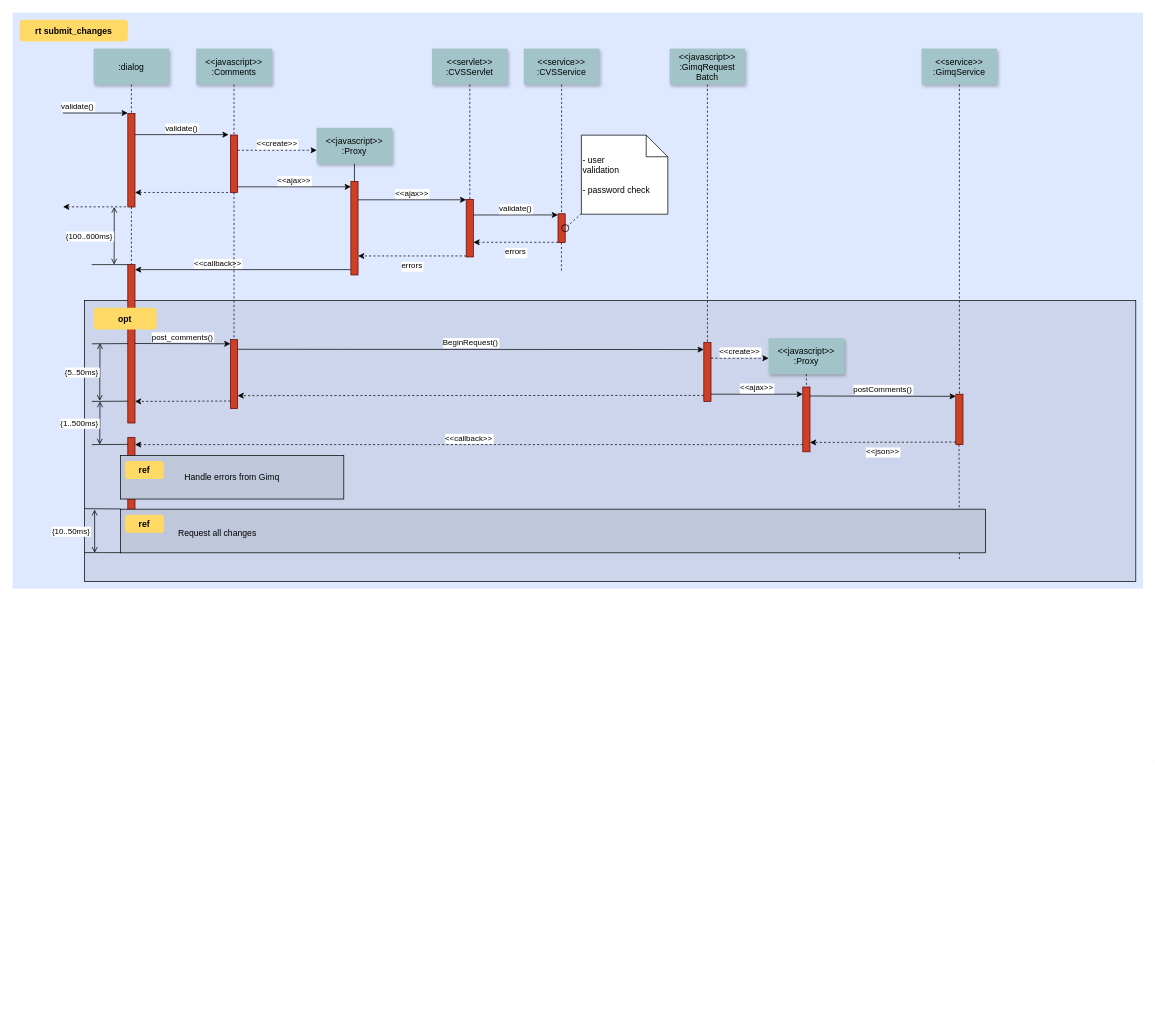
MinElmir/MVP keeps this draw.io diagram as Диаграмма без названия.drawio. Above is the earlier version. Source tidied: cells renumbered, new cells numbered last; positions are measured from the earlier drawing's top-left corner, leaving out a move shared by most shapes. Both pictures are drawn from the tidied source at 72%, with x=0, y=0 at pixel (12, 12).
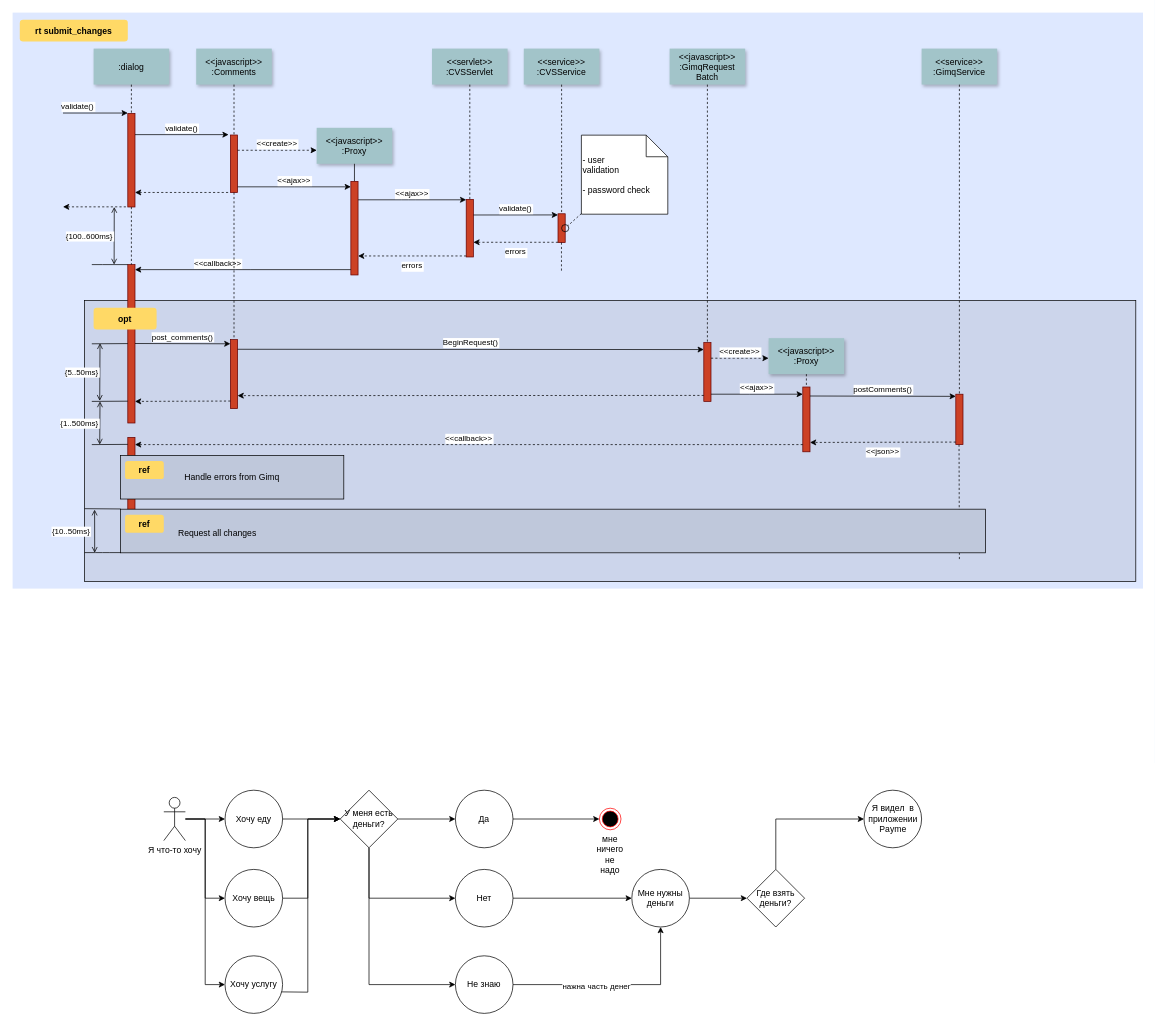
Above is the later version.

What changed in the source:
```diff
@@
+    <mxCell id="75" style="edgeStyle=orthogonalEdgeStyle;rounded=0;jettySize=auto;html=1;" parent="1" edge="1" source="78" target="80">
+      <mxGeometry relative="1" as="geometry" />
+    </mxCell>
+    <mxCell id="76" style="edgeStyle=orthogonalEdgeStyle;rounded=0;jettySize=auto;html=1;entryX=0;entryY=0.5;entryDx=0;entryDy=0;" parent="1" edge="1" source="78" target="82">
+      <mxGeometry relative="1" as="geometry" />
+    </mxCell>
+    <mxCell id="77" style="edgeStyle=orthogonalEdgeStyle;rounded=0;jettySize=auto;html=1;entryX=0;entryY=0.5;entryDx=0;entryDy=0;" parent="1" edge="1" source="78" target="84">
+      <mxGeometry relative="1" as="geometry" />
+    </mxCell>
+    <mxCell id="78" value="Я что-то хочу" style="shape=umlActor;verticalLabelPosition=bottom;verticalAlign=top;html=1;" parent="1" vertex="1">
+      <mxGeometry x="210" y="1090" width="30" height="60" as="geometry" />
+    </mxCell>
+    <mxCell id="79" style="edgeStyle=orthogonalEdgeStyle;rounded=0;jettySize=auto;html=1;" parent="1" edge="1" source="80" target="88">
+      <mxGeometry relative="1" as="geometry" />
+    </mxCell>
+    <mxCell id="80" value="Хочу еду" style="ellipse;whiteSpace=wrap;html=1;verticalAlign=middle;" parent="1" vertex="1">
+      <mxGeometry x="295" y="1080" width="80" height="80" as="geometry" />
+    </mxCell>
+    <mxCell id="81" style="edgeStyle=orthogonalEdgeStyle;rounded=0;jettySize=auto;html=1;entryX=0;entryY=0.5;entryDx=0;entryDy=0;" parent="1" edge="1" source="82" target="88">
+      <mxGeometry relative="1" as="geometry">
+        <Array as="points">
+          <mxPoint x="410" y="1230" />
+          <mxPoint x="410" y="1120" />
+        </Array>
+      </mxGeometry>
+    </mxCell>
+    <mxCell id="82" value="Хочу вещь" style="ellipse;whiteSpace=wrap;html=1;verticalAlign=middle;" parent="1" vertex="1">
+      <mxGeometry x="295" y="1190" width="80" height="80" as="geometry" />
+    </mxCell>
+    <mxCell id="83" style="edgeStyle=orthogonalEdgeStyle;rounded=0;jettySize=auto;html=1;entryX=0;entryY=0.5;entryDx=0;entryDy=0;" parent="1" edge="1" target="88">
+      <mxGeometry relative="1" as="geometry">
+        <mxPoint x="364" y="1360" as="sourcePoint" />
+      </mxGeometry>
+    </mxCell>
+    <mxCell id="84" value="Хочу услугу" style="ellipse;whiteSpace=wrap;html=1;verticalAlign=middle;" parent="1" vertex="1">
+      <mxGeometry x="295" y="1310" width="80" height="80" as="geometry" />
+    </mxCell>
+    <mxCell id="85" style="edgeStyle=orthogonalEdgeStyle;rounded=0;jettySize=auto;html=1;" parent="1" edge="1" source="88" target="90">
+      <mxGeometry relative="1" as="geometry" />
+    </mxCell>
+    <mxCell id="86" style="edgeStyle=orthogonalEdgeStyle;rounded=0;jettySize=auto;html=1;entryX=0;entryY=0.5;entryDx=0;entryDy=0;" parent="1" edge="1" source="88" target="92">
+      <mxGeometry relative="1" as="geometry">
+        <Array as="points">
+          <mxPoint x="495" y="1230" />
+        </Array>
+      </mxGeometry>
+    </mxCell>
+    <mxCell id="87" style="edgeStyle=orthogonalEdgeStyle;rounded=0;jettySize=auto;html=1;" parent="1" edge="1" source="88" target="95">
+      <mxGeometry relative="1" as="geometry">
+        <Array as="points">
+          <mxPoint x="495" y="1350" />
+        </Array>
+      </mxGeometry>
+    </mxCell>
+    <mxCell id="88" value="У меня есть деньги?" style="rhombus;whiteSpace=wrap;html=1;verticalAlign=middle;" parent="1" vertex="1">
+      <mxGeometry x="455" y="1080" width="80" height="80" as="geometry" />
+    </mxCell>
+    <mxCell id="89" style="edgeStyle=orthogonalEdgeStyle;rounded=0;jettySize=auto;html=1;" parent="1" edge="1" source="90" target="96">
+      <mxGeometry relative="1" as="geometry" />
+    </mxCell>
+    <mxCell id="90" value="Да" style="ellipse;whiteSpace=wrap;html=1;verticalAlign=middle;" parent="1" vertex="1">
+      <mxGeometry x="615" y="1080" width="80" height="80" as="geometry" />
+    </mxCell>
+    <mxCell id="91" style="edgeStyle=orthogonalEdgeStyle;rounded=0;jettySize=auto;html=1;" parent="1" edge="1" source="92" target="98">
+      <mxGeometry relative="1" as="geometry" />
+    </mxCell>
+    <mxCell id="92" value="Нет" style="ellipse;whiteSpace=wrap;html=1;verticalAlign=middle;" parent="1" vertex="1">
+      <mxGeometry x="615" y="1190" width="80" height="80" as="geometry" />
+    </mxCell>
+    <mxCell id="93" style="edgeStyle=orthogonalEdgeStyle;rounded=0;jettySize=auto;html=1;" parent="1" edge="1" source="95" target="98">
+      <mxGeometry relative="1" as="geometry" />
+    </mxCell>
+    <mxCell id="94" value="нажна часть денег" style="edgeLabel;html=1;align=center;verticalAlign=middle;" parent="93" vertex="1">
+      <mxGeometry x="-0.19" y="-1" relative="1" as="geometry" />
+    </mxCell>
+    <mxCell id="95" value="Не знаю" style="ellipse;whiteSpace=wrap;html=1;verticalAlign=middle;" parent="1" vertex="1">
+      <mxGeometry x="615" y="1310" width="80" height="80" as="geometry" />
+    </mxCell>
+    <mxCell id="96" value="мне ничего не надо" style="ellipse;html=1;shape=endState;fillColor=#000000;strokeColor=#ff0000;noLabel=0;direction=east;portConstraintRotation=0;comic=0;whiteSpace=wrap;labelPosition=center;verticalLabelPosition=bottom;align=center;verticalAlign=top;" parent="1" vertex="1">
+      <mxGeometry x="815" y="1105" width="30" height="30" as="geometry" />
+    </mxCell>
+    <mxCell id="97" style="edgeStyle=orthogonalEdgeStyle;rounded=0;jettySize=auto;html=1;" parent="1" edge="1" source="98" target="100">
+      <mxGeometry relative="1" as="geometry" />
+    </mxCell>
+    <mxCell id="98" value="Мне нужны деньги" style="ellipse;whiteSpace=wrap;html=1;verticalAlign=middle;" parent="1" vertex="1">
+      <mxGeometry x="860" y="1190" width="80" height="80" as="geometry" />
+    </mxCell>
+    <mxCell id="99" style="edgeStyle=orthogonalEdgeStyle;rounded=0;jettySize=auto;html=1;" parent="1" edge="1" source="100" target="101">
+      <mxGeometry relative="1" as="geometry">
+        <Array as="points">
+          <mxPoint x="1060" y="1120" />
+        </Array>
+      </mxGeometry>
+    </mxCell>
+    <mxCell id="100" value="Где взять деньги?" style="rhombus;whiteSpace=wrap;html=1;" parent="1" vertex="1">
+      <mxGeometry x="1020" y="1190" width="80" height="80" as="geometry" />
+    </mxCell>
+    <mxCell id="101" value="Я видел&amp;nbsp; в приложении Payme" style="ellipse;whiteSpace=wrap;html=1;" parent="1" vertex="1">
+      <mxGeometry x="1182.5" y="1080" width="80" height="80" as="geometry" />
+    </mxCell>
```
